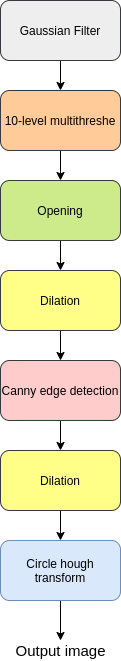
This is CHT-diagram.png from farkoo/Circle-Hough-Transform, a draw.io export, as it was before one commit. Source tidied: cells renumbered, new cells last; positions are measured from the earlier drawing's top-left corner, leaving out a move shared by most shapes. The source it was exported from:
```xml
<mxGraphModel>
  <root>
    <mxCell id="0" />
    <mxCell id="1" parent="0" />
    <mxCell id="2" style="edgeStyle=orthogonalEdgeStyle;rounded=0;jettySize=auto;html=1;" parent="1" edge="1" source="3" target="5">
      <mxGeometry relative="1" as="geometry" />
    </mxCell>
    <mxCell id="3" value="Gaussian Filter" style="rounded=1;whiteSpace=wrap;html=1;fillColor=#eeeeee;strokeColor=#36393d;" parent="1" vertex="1">
      <mxGeometry width="120" height="60" as="geometry" />
    </mxCell>
    <mxCell id="4" style="edgeStyle=orthogonalEdgeStyle;rounded=0;jettySize=auto;html=1;" parent="1" edge="1" source="5" target="7">
      <mxGeometry relative="1" as="geometry" />
    </mxCell>
    <mxCell id="5" value="10-level multithreshe" style="rounded=1;whiteSpace=wrap;html=1;fillColor=#ffcc99;strokeColor=#36393d;" parent="1" vertex="1">
      <mxGeometry y="90" width="120" height="60" as="geometry" />
    </mxCell>
    <mxCell id="6" style="edgeStyle=orthogonalEdgeStyle;rounded=0;jettySize=auto;html=1;" parent="1" edge="1" source="7" target="9">
      <mxGeometry relative="1" as="geometry" />
    </mxCell>
    <mxCell id="7" value="Opening" style="rounded=1;whiteSpace=wrap;html=1;fillColor=#cdeb8b;strokeColor=#36393d;" parent="1" vertex="1">
      <mxGeometry y="180" width="120" height="60" as="geometry" />
    </mxCell>
    <mxCell id="8" style="edgeStyle=orthogonalEdgeStyle;rounded=0;jettySize=auto;html=1;" parent="1" edge="1" source="9" target="11">
      <mxGeometry relative="1" as="geometry" />
    </mxCell>
    <mxCell id="9" value="Dilation" style="rounded=1;whiteSpace=wrap;html=1;fillColor=#ffff88;strokeColor=#36393d;" parent="1" vertex="1">
      <mxGeometry y="270" width="120" height="60" as="geometry" />
    </mxCell>
    <mxCell id="10" style="edgeStyle=orthogonalEdgeStyle;rounded=0;jettySize=auto;html=1;" parent="1" edge="1" source="11" target="13">
      <mxGeometry relative="1" as="geometry" />
    </mxCell>
    <mxCell id="11" value="Canny edge detection" style="rounded=1;whiteSpace=wrap;html=1;fillColor=#ffcccc;strokeColor=#36393d;" parent="1" vertex="1">
      <mxGeometry y="360" width="120" height="60" as="geometry" />
    </mxCell>
    <mxCell id="12" style="edgeStyle=orthogonalEdgeStyle;rounded=0;jettySize=auto;html=1;" parent="1" edge="1" source="13" target="15">
      <mxGeometry relative="1" as="geometry" />
    </mxCell>
    <mxCell id="13" value="Dilation" style="rounded=1;whiteSpace=wrap;html=1;fillColor=#ffff88;strokeColor=#36393d;" parent="1" vertex="1">
      <mxGeometry y="450" width="120" height="60" as="geometry" />
    </mxCell>
    <mxCell id="14" style="edgeStyle=orthogonalEdgeStyle;rounded=0;jettySize=auto;html=1;" parent="1" edge="1" source="15" target="16">
      <mxGeometry relative="1" as="geometry" />
    </mxCell>
    <mxCell id="15" value="Circle hough transform" style="rounded=1;whiteSpace=wrap;html=1;fillColor=#dae8fc;strokeColor=#6c8ebf;" parent="1" vertex="1">
      <mxGeometry y="540" width="120" height="60" as="geometry" />
    </mxCell>
    <mxCell id="16" value="&lt;font style=&quot;font-size: 15px&quot;&gt;Output image&lt;/font&gt;" style="text;html=1;align=center;verticalAlign=middle;points=[];strokeColor=none;" parent="1" vertex="1">
      <mxGeometry x="5" y="640" width="110" height="20" as="geometry" />
    </mxCell>
  </root>
</mxGraphModel>
```
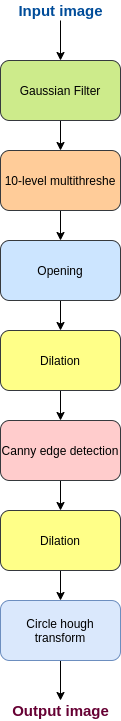
The same file after the commit.

What changed in the source:
```diff
@@ -5,7 +5,7 @@
     <mxCell id="2" style="edgeStyle=orthogonalEdgeStyle;rounded=0;jettySize=auto;html=1;" parent="1" edge="1" source="3" target="5">
       <mxGeometry relative="1" as="geometry" />
     </mxCell>
-    <mxCell id="3" value="Gaussian Filter" style="rounded=1;whiteSpace=wrap;html=1;fillColor=#eeeeee;strokeColor=#36393d;" parent="1" vertex="1">
+    <mxCell id="3" value="Gaussian Filter" style="rounded=1;whiteSpace=wrap;html=1;fillColor=#cdeb8b;strokeColor=#36393d;" parent="1" vertex="1">
       <mxGeometry width="120" height="60" as="geometry" />
     </mxCell>
     <mxCell id="4" style="edgeStyle=orthogonalEdgeStyle;rounded=0;jettySize=auto;html=1;" parent="1" edge="1" source="5" target="7">
@@ -17,7 +17,7 @@
     <mxCell id="6" style="edgeStyle=orthogonalEdgeStyle;rounded=0;jettySize=auto;html=1;" parent="1" edge="1" source="7" target="9">
       <mxGeometry relative="1" as="geometry" />
     </mxCell>
-    <mxCell id="7" value="Opening" style="rounded=1;whiteSpace=wrap;html=1;fillColor=#cdeb8b;strokeColor=#36393d;" parent="1" vertex="1">
+    <mxCell id="7" value="Opening" style="rounded=1;whiteSpace=wrap;html=1;fillColor=#cce5ff;strokeColor=#36393d;" parent="1" vertex="1">
       <mxGeometry y="180" width="120" height="60" as="geometry" />
     </mxCell>
     <mxCell id="8" style="edgeStyle=orthogonalEdgeStyle;rounded=0;jettySize=auto;html=1;" parent="1" edge="1" source="9" target="11">
@@ -44,8 +44,14 @@
     <mxCell id="15" value="Circle hough transform" style="rounded=1;whiteSpace=wrap;html=1;fillColor=#dae8fc;strokeColor=#6c8ebf;" parent="1" vertex="1">
       <mxGeometry y="540" width="120" height="60" as="geometry" />
     </mxCell>
-    <mxCell id="16" value="&lt;font style=&quot;font-size: 15px&quot;&gt;Output image&lt;/font&gt;" style="text;html=1;align=center;verticalAlign=middle;points=[];strokeColor=none;" parent="1" vertex="1">
+    <mxCell id="16" value="&lt;font style=&quot;font-size: 15px&quot; color=&quot;#660033&quot;&gt;&lt;b&gt;Output image&lt;/b&gt;&lt;/font&gt;" style="text;html=1;align=center;verticalAlign=middle;points=[];strokeColor=none;" parent="1" vertex="1">
       <mxGeometry x="5" y="640" width="110" height="20" as="geometry" />
     </mxCell>
+    <mxCell id="17" style="edgeStyle=orthogonalEdgeStyle;rounded=0;jettySize=auto;html=1;" parent="1" edge="1" source="18" target="3">
+      <mxGeometry relative="1" as="geometry" />
+    </mxCell>
+    <mxCell id="18" value="&lt;font style=&quot;font-size: 15px&quot; color=&quot;#004c99&quot;&gt;&lt;b&gt;Input image&lt;/b&gt;&lt;/font&gt;" style="text;html=1;align=center;verticalAlign=middle;points=[];strokeColor=none;" parent="1" vertex="1">
+      <mxGeometry x="10" y="-60" width="100" height="20" as="geometry" />
+    </mxCell>
   </root>
 </mxGraphModel>
```
